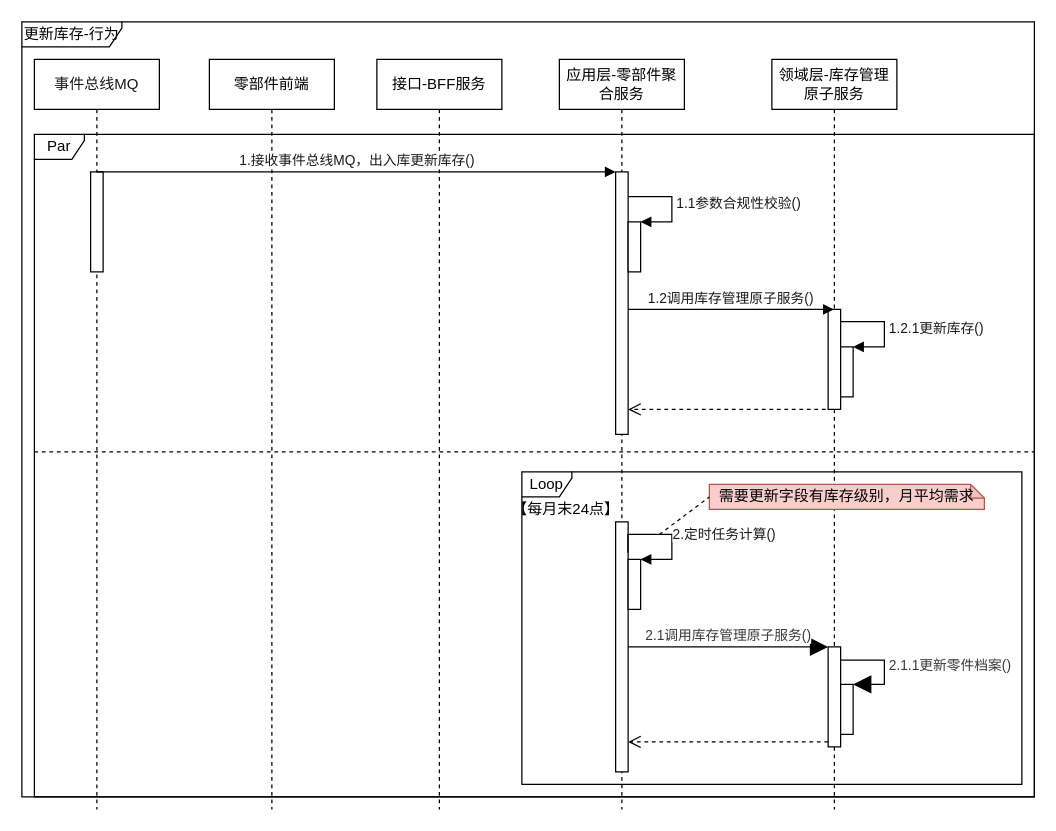
1132489442/gitRepository1 keeps this draw.io diagram as page "更新库存-行为" (3 of 5) of 库存管理-零件档案管理.drawio. Above is the earlier version. Source tidied: cells renumbered, new cells numbered last; positions are measured from the earlier drawing's top-left corner, leaving out a move shared by most shapes. Both pictures are drawn from the tidied source at 125%, with x=0, y=0 at pixel (21, 21).
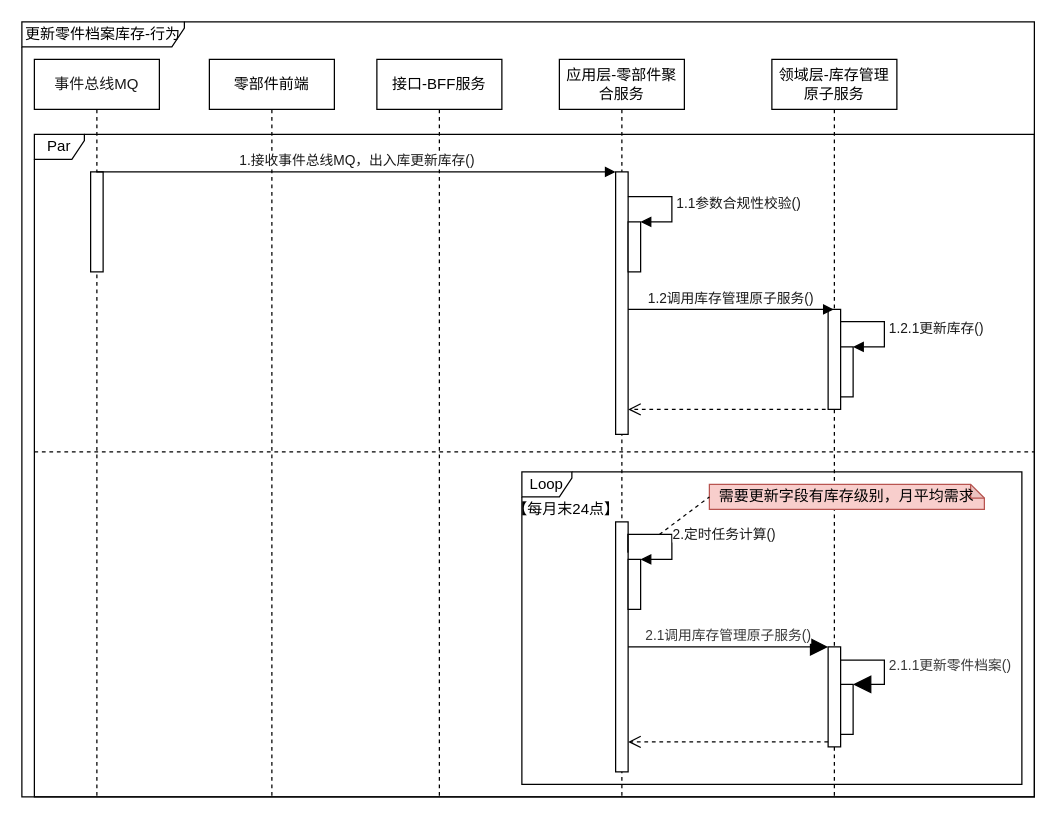
Above is the later version.

Diff of the diagram source:
```diff
@@
     <mxCell id="2" value="零部件前端" style="shape=umlLifeline;perimeter=lifelinePerimeter;whiteSpace=wrap;html=1;fillColor=#FFFFFF;" parent="1" vertex="1">
-      <mxGeometry x="150" y="30" width="100" height="600" as="geometry" />
+      <mxGeometry x="150" y="30" width="100" height="590" as="geometry" />
     </mxCell>
     <mxCell id="3" value="接口-BFF服务" style="shape=umlLifeline;perimeter=lifelinePerimeter;whiteSpace=wrap;html=1;fillColor=#FFFFFF;" parent="1" vertex="1">
-      <mxGeometry x="284" y="30" width="100" height="600" as="geometry" />
+      <mxGeometry x="284" y="30" width="100" height="590" as="geometry" />
     </mxCell>
     <mxCell id="4" value="领域层-库存管理原子服务" style="shape=umlLifeline;perimeter=lifelinePerimeter;whiteSpace=wrap;html=1;fillColor=#FFFFFF;" parent="1" vertex="1">
-      <mxGeometry x="600" y="30" width="100" height="600" as="geometry" />
+      <mxGeometry x="600" y="30" width="100" height="590" as="geometry" />
     </mxCell>
@@
     <mxCell id="9" value="应用层-零部件聚合服务" style="shape=umlLifeline;perimeter=lifelinePerimeter;whiteSpace=wrap;html=1;fillColor=#FFFFFF;" parent="1" vertex="1">
-      <mxGeometry x="430" y="30" width="100" height="600" as="geometry" />
+      <mxGeometry x="430" y="30" width="100" height="590" as="geometry" />
     </mxCell>
@@
     <mxCell id="11" value="事件总线MQ" style="shape=umlLifeline;perimeter=lifelinePerimeter;whiteSpace=wrap;html=1;outlineConnect=0;fontColor=#1A1A1A;fillColor=#FFFFFF;" parent="1" vertex="1">
-      <mxGeometry x="10" y="30" width="100" height="600" as="geometry" />
+      <mxGeometry x="10" y="30" width="100" height="590" as="geometry" />
     </mxCell>
@@
-    <mxCell id="31" value="更新库存-行为" style="shape=umlFrame;whiteSpace=wrap;html=1;width=80;height=20;" parent="1" vertex="1">
+    <mxCell id="31" value="更新零件档案库存-行为" style="shape=umlFrame;whiteSpace=wrap;html=1;width=130;height=20;" parent="1" vertex="1">
       <mxGeometry width="810" height="620" as="geometry" />
     </mxCell>
```
